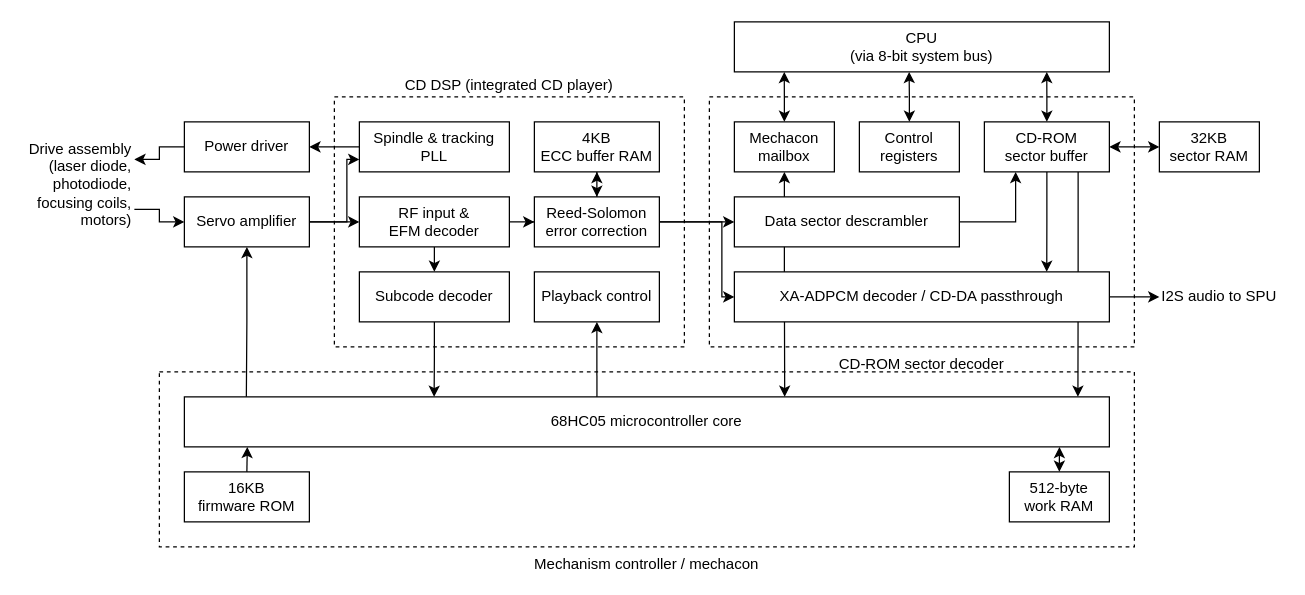
psx-spx/psx-spx.github.io keeps this draw.io diagram as page "cdrom" (6 of 7) of tools/diagrams/ps1-blocks.drawio. Above is the earlier version. Source tidied: cells renumbered, new cells numbered last; positions are measured from the earlier drawing's top-left corner, leaving out a move shared by most shapes. Both pictures are drawn from the tidied source at 125%, with x=0, y=0 at pixel (21, 21).
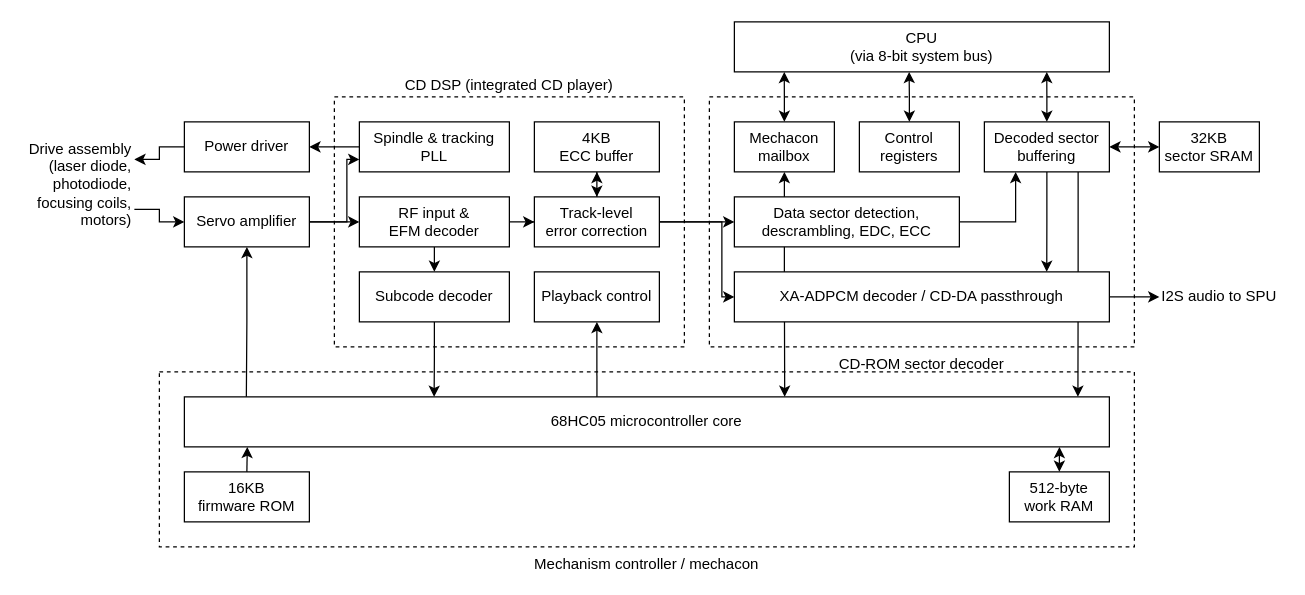
The same page after the edit.

What changed in the source:
```diff
@@
-    <mxCell id="12" value="&lt;div&gt;32KB&lt;/div&gt;&lt;div&gt;sector RAM&lt;/div&gt;" style="rounded=0;whiteSpace=wrap;html=1;" parent="1" vertex="1">
+    <mxCell id="12" value="&lt;div&gt;32KB&lt;/div&gt;&lt;div&gt;sector SRAM&lt;/div&gt;" style="rounded=0;whiteSpace=wrap;html=1;" parent="1" vertex="1">
       <mxGeometry x="910" y="80" width="80" height="40" as="geometry" />
     </mxCell>
@@
-    <mxCell id="17" value="&lt;div&gt;CD-ROM&lt;/div&gt;&lt;div&gt;sector buffer&lt;/div&gt;" style="rounded=0;whiteSpace=wrap;html=1;" parent="1" vertex="1">
+    <mxCell id="17" value="Decoded sector buffering" style="rounded=0;whiteSpace=wrap;html=1;" parent="1" vertex="1">
       <mxGeometry x="770" y="80" width="100" height="40" as="geometry" />
     </mxCell>
@@
-    <mxCell id="34" value="&lt;div&gt;Reed-Solomon&lt;/div&gt;&lt;div&gt;error correction&lt;/div&gt;" style="rounded=0;whiteSpace=wrap;html=1;" parent="1" vertex="1">
+    <mxCell id="34" value="&lt;div&gt;Track-level&lt;/div&gt;&lt;div&gt;error correction&lt;/div&gt;" style="rounded=0;whiteSpace=wrap;html=1;" parent="1" vertex="1">
       <mxGeometry x="410" y="140" width="100" height="40" as="geometry" />
     </mxCell>
-    <mxCell id="35" value="&lt;div&gt;4KB&lt;/div&gt;&lt;div&gt;ECC buffer RAM&lt;/div&gt;" style="rounded=0;whiteSpace=wrap;html=1;" parent="1" vertex="1">
+    <mxCell id="35" value="&lt;div&gt;4KB&lt;/div&gt;&lt;div&gt;ECC buffer&lt;/div&gt;" style="rounded=0;whiteSpace=wrap;html=1;" parent="1" vertex="1">
       <mxGeometry x="410" y="80" width="100" height="40" as="geometry" />
     </mxCell>
@@
-    <mxCell id="40" value="Data sector descrambler" style="rounded=0;whiteSpace=wrap;html=1;" parent="1" vertex="1">
+    <mxCell id="40" value="&lt;div&gt;Data sector detection, descrambling, EDC, ECC&lt;/div&gt;" style="rounded=0;whiteSpace=wrap;html=1;" parent="1" vertex="1">
       <mxGeometry x="570" y="140" width="180" height="40" as="geometry" />
     </mxCell>
```
